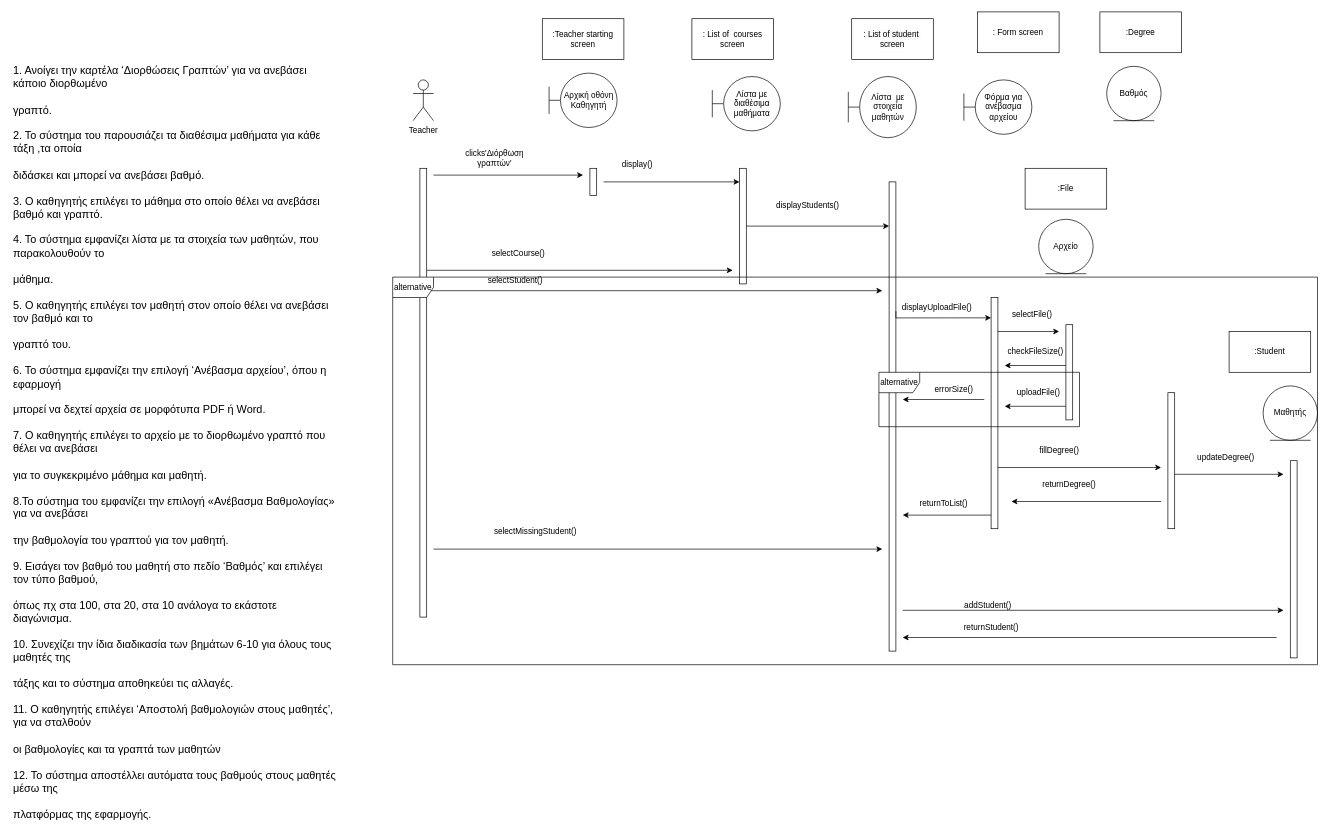
m1kemp/School-Hero keeps this draw.io diagram as Παραδοτέο4/SEQUENCE_TEACHER.drawio. Above is the earlier version. Source tidied: cells renumbered, new cells numbered last; positions are measured from the earlier drawing's top-left corner, leaving out a move shared by most shapes. Both pictures are drawn from the tidied source at 68%, with x=0, y=0 at pixel (12, 12).
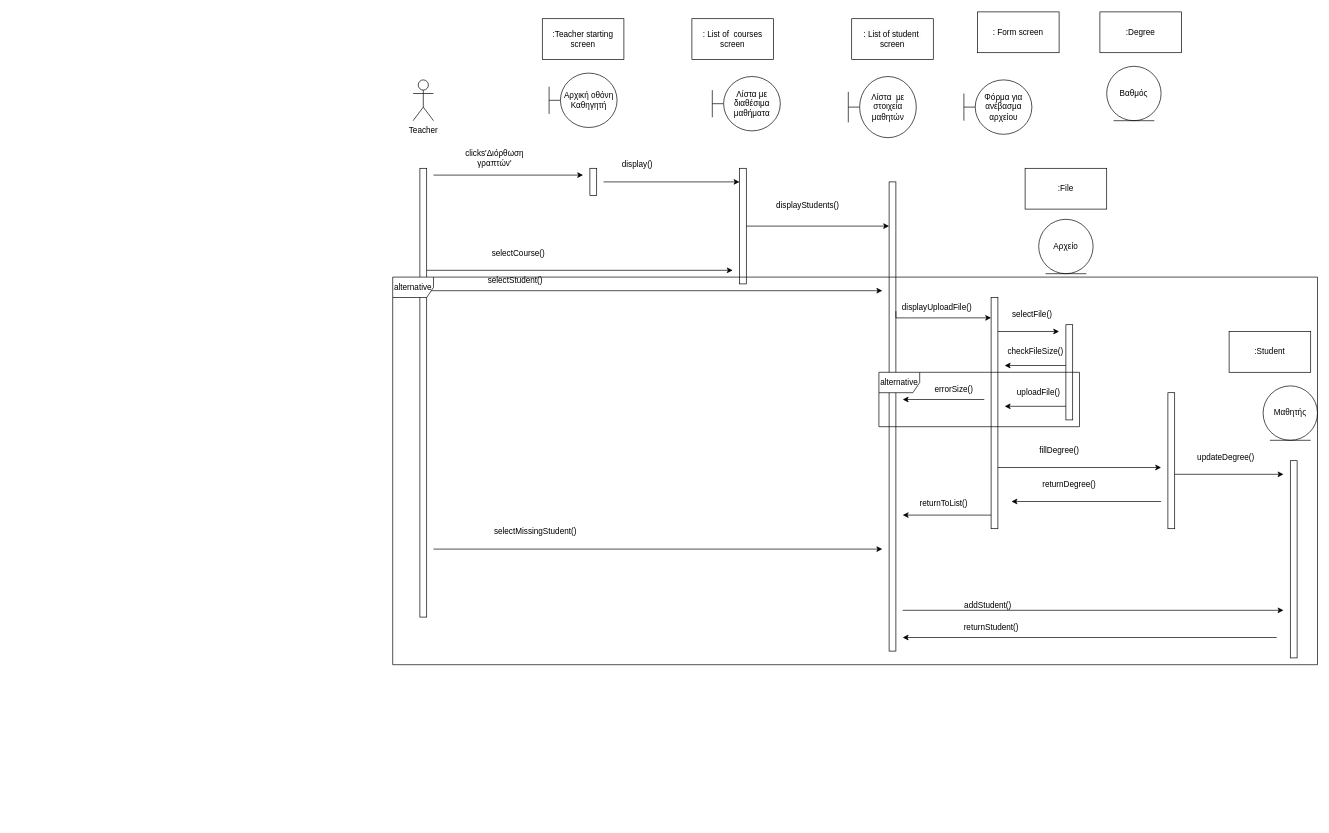
After the change.

The edit, as a diff of the source:
```diff
@@
-    <mxCell id="16" value="&lt;font style=&quot;font-size: 16px;&quot;&gt;1. Ανοίγει την καρτέλα ‘Διορθώσεις Γραπτών’ για να ανεβάσει κάποιο διορθωμένο &lt;br/&gt;&lt;br&gt;γραπτό.&lt;br/&gt;&lt;br&gt;2. Το σύστημα του παρουσιάζει τα διαθέσιμα μαθήματα για κάθε τάξη ,τα οποία &lt;br/&gt;&lt;br&gt;διδάσκει και μπορεί να ανεβάσει βαθμό.&lt;br/&gt;&lt;br&gt;3. Ο καθηγητής επιλέγει το μάθημα στο οποίο θέλει να ανεβάσει βαθμό και γραπτό.&lt;br/&gt;&lt;br&gt;4. Το σύστημα εμφανίζει λίστα με τα στοιχεία των μαθητών, που παρακολουθούν το &lt;br/&gt;&lt;br&gt;μάθημα.&lt;br/&gt;&lt;br&gt;5. Ο καθηγητής επιλέγει τον μαθητή στον οποίο θέλει να ανεβάσει τον βαθμό και το &lt;br/&gt;&lt;br&gt;γραπτό του.&lt;br/&gt;&lt;br&gt;6. Το σύστημα εμφανίζει την επιλογή ‘Ανέβασμα αρχείου’, όπου η εφαρμογή &lt;br/&gt;&lt;br&gt;μπορεί να δεχτεί αρχεία σε μορφότυπα PDF ή Word.&lt;br/&gt;&lt;br&gt;7. Ο καθηγητής επιλέγει το αρχείο με το διορθωμένο γραπτό που θέλει να ανεβάσει &lt;br/&gt;&lt;br&gt;για το συγκεκριμένο μάθημα και μαθητή.&lt;br/&gt;&lt;br&gt;8.Το σύστημα του εμφανίζει την επιλογή «Ανέβασμα Βαθμολογίας» για να ανεβάσει &lt;br/&gt;&lt;br&gt;την βαθμολογία του γραπτού για τον μαθητή.&lt;br/&gt;&lt;br&gt;9. Εισάγει τον βαθμό του μαθητή στο πεδίο ‘Βαθμός’ και επιλέγει τον τύπο βαθμού, &lt;br/&gt;&lt;br&gt;όπως πχ στα 100, στα 20, στα 10 ανάλογα το εκάστοτε διαγώνισμα.&lt;br/&gt;&lt;br&gt;10. Συνεχίζει την ίδια διαδικασία των βημάτων 6-10 για όλους τους μαθητές της &lt;br/&gt;&lt;br&gt;τάξης και το σύστημα αποθηκεύει τις αλλαγές. &lt;br/&gt;&lt;br&gt;11. Ο καθηγητής επιλέγει ‘Αποστολή βαθμολογιών στους μαθητές’, για να σταλθούν &lt;br/&gt;&lt;br&gt;οι βαθμολογίες και τα γραπτά των μαθητών&lt;br/&gt;&lt;br&gt;12. Το σύστημα αποστέλλει αυτόματα τους βαθμούς στους μαθητές μέσω της &lt;br/&gt;&lt;br&gt;πλατφόρμας της εφαρμογής.&lt;/font&gt;" style="text;whiteSpace=wrap;html=1;" parent="1" vertex="1">
-      <mxGeometry y="70" width="480" height="550" as="geometry" />
-    </mxCell>
```
